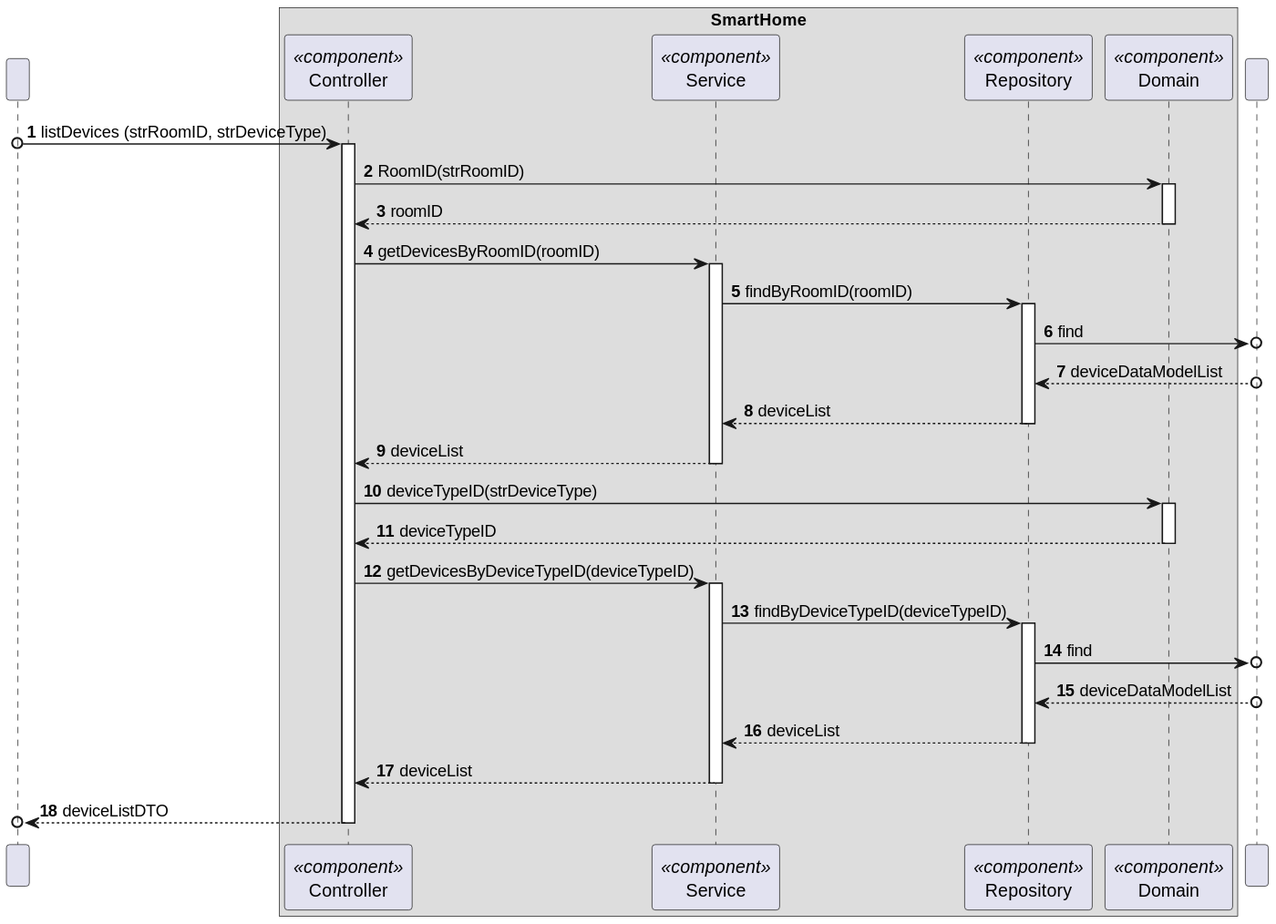
Before: docs/C4_4plus1_models/Level4/ProcessView/ProcessViewLevel4_UC12_v1.svg, a diagram exported from PlantUML (moutajDev/smarthome).
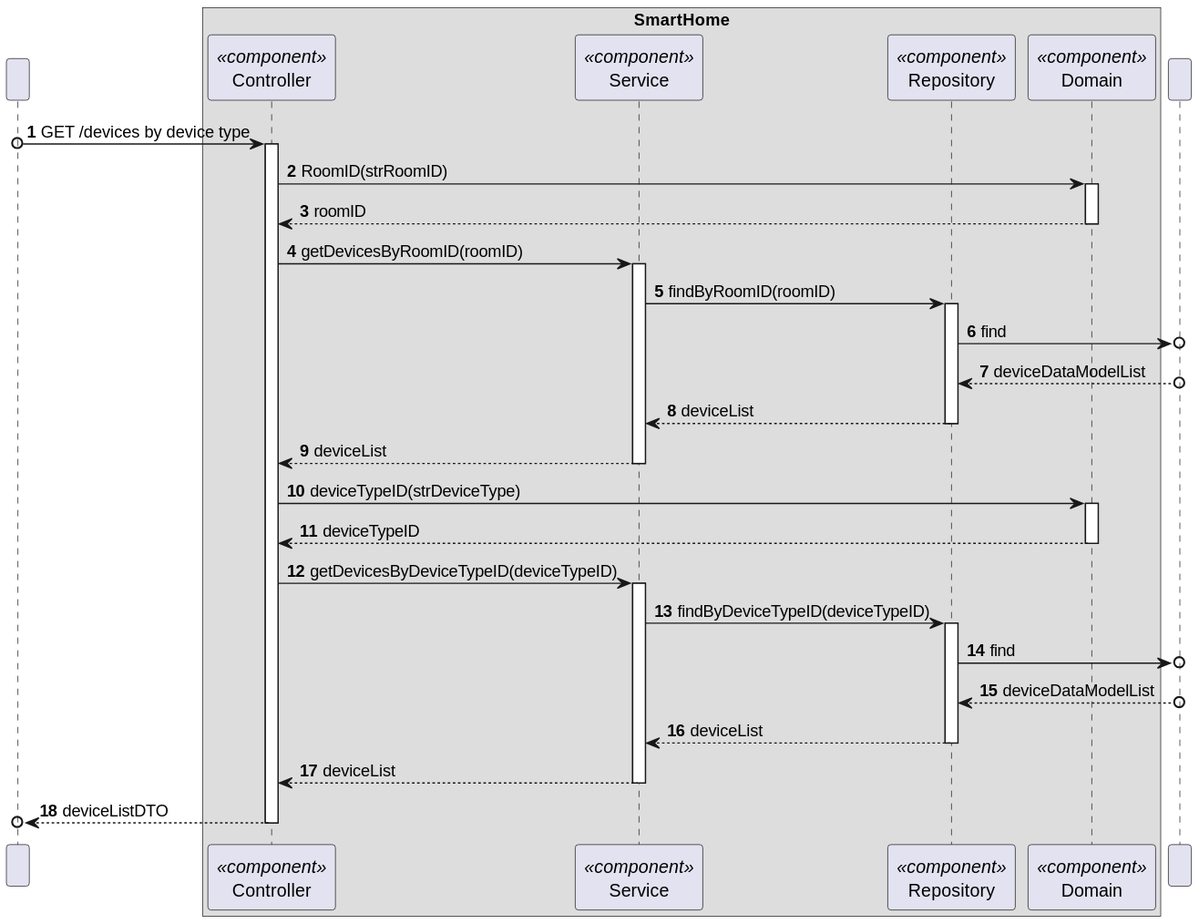
The same diagram one commit later.

What changed in the source:
```diff
@@ -13,7 +13,7 @@
 end box
     participant " " as BD
 
-User o-> CTRL : listDevices (strRoomID, strDeviceType)
+User o-> CTRL : GET /devices by device type
 
 activate CTRL
 
```
